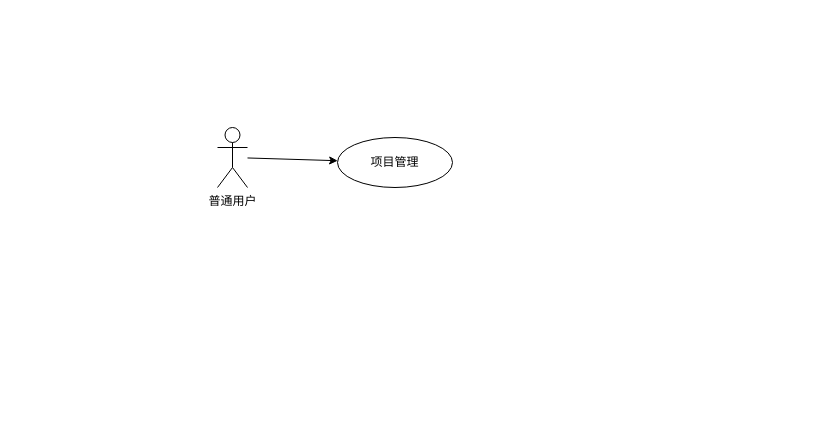
Before: 毕设uml/普通用户用例图.drawio in bigflyelephant/uml_set, a draw.io diagram. Source tidied: cells renumbered, new cells numbered last; positions are measured from the earlier drawing's top-left corner, leaving out a move shared by most shapes. Both pictures are drawn from the tidied source at 100%, with x=0, y=0 at pixel (217, 127).
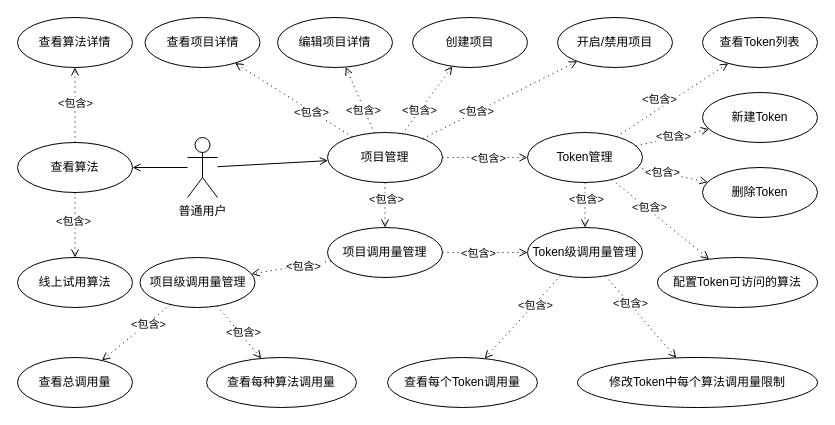
The same diagram, later.

Commit message (it also covers changes not shown here):
更新普通用户用例图.drawio

What changed in the source:
```diff
@@
-    <mxCell id="2" style="rounded=0;jettySize=auto;html=1;" parent="1" edge="1" source="3" target="4">
+    <mxCell id="2" style="rounded=0;jettySize=auto;html=1;endArrow=open;endFill=0;" parent="1" edge="1" source="3" target="4">
       <mxGeometry relative="1" as="geometry" />
     </mxCell>
     <mxCell id="3" value="普通用户" style="shape=umlActor;verticalLabelPosition=bottom;verticalAlign=top;html=1;outlineConnect=0;" parent="1" vertex="1">
-      <mxGeometry width="30" height="60" as="geometry" />
+      <mxGeometry x="-30" y="10" width="30" height="60" as="geometry" />
     </mxCell>
+    <mxCell id="5" style="rounded=0;jettySize=auto;html=1;dashed=1;dashPattern=1 4;endArrow=open;endFill=0;" parent="1" edge="1" source="4" target="7">
+      <mxGeometry relative="1" as="geometry" />
+    </mxCell>
+    <mxCell id="6" value="&amp;lt;包含&amp;gt;" style="edgeLabel;html=1;align=center;verticalAlign=middle;" parent="5" vertex="1">
+      <mxGeometry x="-0.31" y="1" relative="1" as="geometry">
+        <mxPoint x="16" y="1" as="offset" />
+      </mxGeometry>
+    </mxCell>
     <mxCell id="4" value="&lt;p style=&quot;line-height: 100%;&quot;&gt;项目管理&lt;/p&gt;" style="ellipse;whiteSpace=wrap;html=1;verticalAlign=top;" parent="1" vertex="1">
-      <mxGeometry x="120" y="10" width="115" height="50" as="geometry" />
+      <mxGeometry x="110" y="5" width="115" height="50" as="geometry" />
     </mxCell>
+    <mxCell id="7" value="&lt;p style=&quot;line-height: 100%;&quot;&gt;Token管理&lt;/p&gt;" style="ellipse;whiteSpace=wrap;html=1;verticalAlign=top;" parent="1" vertex="1">
+      <mxGeometry x="310" y="5" width="115" height="50" as="geometry" />
+    </mxCell>
+    <mxCell id="8" style="rounded=0;jettySize=auto;html=1;dashed=1;dashPattern=1 4;endArrow=open;endFill=0;" parent="1" edge="1" source="4" target="10">
+      <mxGeometry relative="1" as="geometry" />
+    </mxCell>
+    <mxCell id="9" value="&amp;lt;包含&amp;gt;" style="edgeLabel;html=1;align=center;verticalAlign=middle;" parent="8" vertex="1">
+      <mxGeometry x="-0.31" y="1" relative="1" as="geometry" />
+    </mxCell>
+    <mxCell id="10" value="&lt;p style=&quot;line-height: 100%;&quot;&gt;查看项目详情&lt;/p&gt;" style="ellipse;whiteSpace=wrap;html=1;verticalAlign=top;" parent="1" vertex="1">
+      <mxGeometry x="-72.5" y="-110" width="115" height="50" as="geometry" />
+    </mxCell>
+    <mxCell id="11" style="rounded=0;jettySize=auto;html=1;dashed=1;dashPattern=1 4;endArrow=open;endFill=0;" parent="1" edge="1" source="4" target="13">
+      <mxGeometry relative="1" as="geometry" />
+    </mxCell>
+    <mxCell id="12" value="&amp;lt;包含&amp;gt;" style="edgeLabel;html=1;align=center;verticalAlign=middle;" parent="11" vertex="1">
+      <mxGeometry x="-0.31" y="1" relative="1" as="geometry" />
+    </mxCell>
+    <mxCell id="13" value="&lt;p style=&quot;line-height: 100%;&quot;&gt;项目调用量管理&lt;/p&gt;" style="ellipse;whiteSpace=wrap;html=1;verticalAlign=top;" parent="1" vertex="1">
+      <mxGeometry x="110" y="100" width="115" height="50" as="geometry" />
+    </mxCell>
+    <mxCell id="14" style="rounded=0;jettySize=auto;html=1;dashed=1;dashPattern=1 4;endArrow=open;endFill=0;" parent="1" edge="1" source="13" target="16">
+      <mxGeometry relative="1" as="geometry" />
+    </mxCell>
+    <mxCell id="15" value="&amp;lt;包含&amp;gt;" style="edgeLabel;html=1;align=center;verticalAlign=middle;" parent="14" vertex="1">
+      <mxGeometry x="-0.31" y="1" relative="1" as="geometry" />
+    </mxCell>
+    <mxCell id="16" value="&lt;p style=&quot;line-height: 100%;&quot;&gt;项目级调用量管理&lt;/p&gt;" style="ellipse;whiteSpace=wrap;html=1;verticalAlign=top;" parent="1" vertex="1">
+      <mxGeometry x="-77.5" y="130" width="115" height="50" as="geometry" />
+    </mxCell>
+    <mxCell id="17" style="rounded=0;jettySize=auto;html=1;dashed=1;dashPattern=1 4;endArrow=open;endFill=0;" parent="1" edge="1" source="13" target="19">
+      <mxGeometry relative="1" as="geometry" />
+    </mxCell>
+    <mxCell id="18" value="&amp;lt;包含&amp;gt;" style="edgeLabel;html=1;align=center;verticalAlign=middle;" parent="17" vertex="1">
+      <mxGeometry x="-0.31" y="1" relative="1" as="geometry">
+        <mxPoint x="6" y="1" as="offset" />
+      </mxGeometry>
+    </mxCell>
+    <mxCell id="19" value="&lt;p style=&quot;line-height: 100%;&quot;&gt;Token级调用量管理&lt;/p&gt;" style="ellipse;whiteSpace=wrap;html=1;verticalAlign=top;" parent="1" vertex="1">
+      <mxGeometry x="310" y="100" width="115" height="50" as="geometry" />
+    </mxCell>
+    <mxCell id="20" style="rounded=0;jettySize=auto;html=1;dashed=1;dashPattern=1 4;endArrow=open;endFill=0;" parent="1" edge="1" source="4" target="22">
+      <mxGeometry relative="1" as="geometry" />
+    </mxCell>
+    <mxCell id="21" value="&amp;lt;包含&amp;gt;" style="edgeLabel;html=1;align=center;verticalAlign=middle;" parent="20" vertex="1">
+      <mxGeometry x="-0.31" y="1" relative="1" as="geometry" />
+    </mxCell>
+    <mxCell id="22" value="&lt;p style=&quot;line-height: 100%;&quot;&gt;编辑项目详情&lt;/p&gt;" style="ellipse;whiteSpace=wrap;html=1;verticalAlign=top;" parent="1" vertex="1">
+      <mxGeometry x="60" y="-110" width="115" height="50" as="geometry" />
+    </mxCell>
+    <mxCell id="23" style="rounded=0;jettySize=auto;html=1;dashed=1;dashPattern=1 4;endArrow=open;endFill=0;" parent="1" edge="1" source="4" target="25">
+      <mxGeometry relative="1" as="geometry" />
+    </mxCell>
+    <mxCell id="24" value="&amp;lt;包含&amp;gt;" style="edgeLabel;html=1;align=center;verticalAlign=middle;" parent="23" vertex="1">
+      <mxGeometry x="-0.31" y="1" relative="1" as="geometry" />
+    </mxCell>
+    <mxCell id="25" value="&lt;p style=&quot;line-height: 100%;&quot;&gt;创建项目&lt;/p&gt;" style="ellipse;whiteSpace=wrap;html=1;verticalAlign=top;" parent="1" vertex="1">
+      <mxGeometry x="195" y="-110" width="115" height="50" as="geometry" />
+    </mxCell>
+    <mxCell id="26" style="rounded=0;jettySize=auto;html=1;dashed=1;dashPattern=1 4;endArrow=open;endFill=0;" parent="1" edge="1" source="4" target="28">
+      <mxGeometry relative="1" as="geometry" />
+    </mxCell>
+    <mxCell id="27" value="&amp;lt;包含&amp;gt;" style="edgeLabel;html=1;align=center;verticalAlign=middle;" parent="26" vertex="1">
+      <mxGeometry x="-0.31" y="1" relative="1" as="geometry" />
+    </mxCell>
+    <mxCell id="28" value="&lt;p style=&quot;line-height: 100%;&quot;&gt;开启/禁用项目&lt;/p&gt;" style="ellipse;whiteSpace=wrap;html=1;verticalAlign=top;" parent="1" vertex="1">
+      <mxGeometry x="340" y="-110" width="115" height="50" as="geometry" />
+    </mxCell>
+    <mxCell id="29" style="rounded=0;jettySize=auto;html=1;dashed=1;dashPattern=1 4;endArrow=open;endFill=0;" parent="1" edge="1" source="7" target="19">
+      <mxGeometry relative="1" as="geometry" />
+    </mxCell>
+    <mxCell id="30" value="&amp;lt;包含&amp;gt;" style="edgeLabel;html=1;align=center;verticalAlign=middle;" parent="29" vertex="1">
+      <mxGeometry x="-0.31" y="1" relative="1" as="geometry" />
+    </mxCell>
+    <mxCell id="31" style="rounded=0;jettySize=auto;html=1;dashed=1;dashPattern=1 4;endArrow=open;endFill=0;" parent="1" edge="1" source="16" target="33">
+      <mxGeometry relative="1" as="geometry" />
+    </mxCell>
+    <mxCell id="32" value="&amp;lt;包含&amp;gt;" style="edgeLabel;html=1;align=center;verticalAlign=middle;" parent="31" vertex="1">
+      <mxGeometry x="-0.31" y="1" relative="1" as="geometry" />
+    </mxCell>
+    <mxCell id="33" value="&lt;p style=&quot;line-height: 100%;&quot;&gt;查看总调用量&lt;/p&gt;" style="ellipse;whiteSpace=wrap;html=1;verticalAlign=top;" parent="1" vertex="1">
+      <mxGeometry x="-200" y="230" width="115" height="50" as="geometry" />
+    </mxCell>
+    <mxCell id="34" style="rounded=0;jettySize=auto;html=1;dashed=1;dashPattern=1 4;endArrow=open;endFill=0;" parent="1" edge="1" source="16" target="36">
+      <mxGeometry relative="1" as="geometry" />
+    </mxCell>
+    <mxCell id="35" value="&amp;lt;包含&amp;gt;" style="edgeLabel;html=1;align=center;verticalAlign=middle;" parent="34" vertex="1">
+      <mxGeometry x="-0.31" y="1" relative="1" as="geometry">
+        <mxPoint x="10" y="8" as="offset" />
+      </mxGeometry>
+    </mxCell>
+    <mxCell id="36" value="&lt;p style=&quot;line-height: 100%;&quot;&gt;查看每种算法调用量&lt;/p&gt;" style="ellipse;whiteSpace=wrap;html=1;verticalAlign=top;" parent="1" vertex="1">
+      <mxGeometry x="-11" y="230" width="150" height="50" as="geometry" />
+    </mxCell>
+    <mxCell id="37" style="rounded=0;jettySize=auto;html=1;dashed=1;dashPattern=1 4;exitX=0.287;exitY=0.966;exitDx=0;exitDy=0;exitPerimeter=0;endArrow=open;endFill=0;" parent="1" edge="1" source="19" target="39">
+      <mxGeometry relative="1" as="geometry" />
+    </mxCell>
+    <mxCell id="38" value="&amp;lt;包含&amp;gt;" style="edgeLabel;html=1;align=center;verticalAlign=middle;" parent="37" vertex="1">
+      <mxGeometry x="-0.31" y="1" relative="1" as="geometry" />
+    </mxCell>
+    <mxCell id="39" value="&lt;p style=&quot;line-height: 100%;&quot;&gt;查看每个Token调用量&lt;br&gt;&lt;/p&gt;" style="ellipse;whiteSpace=wrap;html=1;verticalAlign=top;" parent="1" vertex="1">
+      <mxGeometry x="170" y="230" width="150" height="50" as="geometry" />
+    </mxCell>
+    <mxCell id="40" style="rounded=0;jettySize=auto;html=1;dashed=1;dashPattern=1 4;endArrow=open;endFill=0;" parent="1" edge="1" source="19" target="42">
+      <mxGeometry relative="1" as="geometry" />
+    </mxCell>
+    <mxCell id="41" value="&amp;lt;包含&amp;gt;" style="edgeLabel;html=1;align=center;verticalAlign=middle;" parent="40" vertex="1">
+      <mxGeometry x="-0.31" y="1" relative="1" as="geometry" />
+    </mxCell>
+    <mxCell id="42" value="&lt;p style=&quot;line-height: 100%;&quot;&gt;修改Token中每个算法调用量限制&lt;/p&gt;" style="ellipse;whiteSpace=wrap;html=1;verticalAlign=top;" parent="1" vertex="1">
+      <mxGeometry x="360" y="230" width="240" height="50" as="geometry" />
+    </mxCell>
+    <mxCell id="43" style="rounded=0;jettySize=auto;html=1;dashed=1;dashPattern=1 4;endArrow=open;endFill=0;" parent="1" edge="1" source="7" target="45">
+      <mxGeometry relative="1" as="geometry" />
+    </mxCell>
+    <mxCell id="44" value="&amp;lt;包含&amp;gt;" style="edgeLabel;html=1;align=center;verticalAlign=middle;" parent="43" vertex="1">
+      <mxGeometry x="-0.31" y="1" relative="1" as="geometry">
+        <mxPoint x="3" y="1" as="offset" />
+      </mxGeometry>
+    </mxCell>
+    <mxCell id="45" value="&lt;p style=&quot;line-height: 100%;&quot;&gt;配置Token可访问的算法&lt;/p&gt;" style="ellipse;whiteSpace=wrap;html=1;verticalAlign=top;" parent="1" vertex="1">
+      <mxGeometry x="440" y="130" width="160" height="50" as="geometry" />
+    </mxCell>
+    <mxCell id="46" style="rounded=0;jettySize=auto;html=1;dashed=1;dashPattern=1 4;endArrow=open;endFill=0;" parent="1" edge="1" source="7" target="48">
+      <mxGeometry relative="1" as="geometry" />
+    </mxCell>
+    <mxCell id="47" value="&amp;lt;包含&amp;gt;" style="edgeLabel;html=1;align=center;verticalAlign=middle;" parent="46" vertex="1">
+      <mxGeometry x="-0.31" y="1" relative="1" as="geometry">
+        <mxPoint x="4" y="-12" as="offset" />
+      </mxGeometry>
+    </mxCell>
+    <mxCell id="48" value="&lt;p style=&quot;line-height: 100%;&quot;&gt;查看Token列表&lt;/p&gt;" style="ellipse;whiteSpace=wrap;html=1;verticalAlign=top;" parent="1" vertex="1">
+      <mxGeometry x="485" y="-110" width="115" height="50" as="geometry" />
+    </mxCell>
+    <mxCell id="49" style="rounded=0;jettySize=auto;html=1;dashed=1;dashPattern=1 4;endArrow=open;endFill=0;" parent="1" edge="1" source="7" target="51">
+      <mxGeometry relative="1" as="geometry" />
+    </mxCell>
+    <mxCell id="50" value="&amp;lt;包含&amp;gt;" style="edgeLabel;html=1;align=center;verticalAlign=middle;" parent="49" vertex="1">
+      <mxGeometry x="-0.31" y="1" relative="1" as="geometry">
+        <mxPoint x="12" y="-3" as="offset" />
+      </mxGeometry>
+    </mxCell>
+    <mxCell id="51" value="&lt;p style=&quot;line-height: 100%;&quot;&gt;新建Token&lt;/p&gt;" style="ellipse;whiteSpace=wrap;html=1;verticalAlign=top;" parent="1" vertex="1">
+      <mxGeometry x="485" y="-35" width="115" height="50" as="geometry" />
+    </mxCell>
+    <mxCell id="52" style="rounded=0;jettySize=auto;html=1;dashed=1;dashPattern=1 4;endArrow=open;endFill=0;" parent="1" edge="1" source="7" target="54">
+      <mxGeometry relative="1" as="geometry" />
+    </mxCell>
+    <mxCell id="53" value="&amp;lt;包含&amp;gt;" style="edgeLabel;html=1;align=center;verticalAlign=middle;" parent="52" vertex="1">
+      <mxGeometry x="-0.31" y="1" relative="1" as="geometry" />
+    </mxCell>
+    <mxCell id="54" value="&lt;p style=&quot;line-height: 100%;&quot;&gt;删除Token&lt;/p&gt;" style="ellipse;whiteSpace=wrap;html=1;verticalAlign=top;" parent="1" vertex="1">
+      <mxGeometry x="485" y="40" width="115" height="50" as="geometry" />
+    </mxCell>
+    <mxCell id="55" style="rounded=0;jettySize=auto;html=1;endArrow=open;endFill=0;" parent="1" edge="1" source="3" target="56">
+      <mxGeometry relative="1" as="geometry" />
+    </mxCell>
+    <mxCell id="56" value="&lt;p style=&quot;line-height: 100%;&quot;&gt;查看算法&lt;/p&gt;" style="ellipse;whiteSpace=wrap;html=1;verticalAlign=top;" parent="1" vertex="1">
+      <mxGeometry x="-200" y="15" width="115" height="50" as="geometry" />
+    </mxCell>
+    <mxCell id="57" style="rounded=0;jettySize=auto;html=1;dashed=1;dashPattern=1 4;endArrow=open;endFill=0;" parent="1" edge="1" source="56" target="59">
+      <mxGeometry relative="1" as="geometry" />
+    </mxCell>
+    <mxCell id="58" value="&amp;lt;包含&amp;gt;" style="edgeLabel;html=1;align=center;verticalAlign=middle;" parent="57" vertex="1">
+      <mxGeometry x="-0.31" y="1" relative="1" as="geometry">
+        <mxPoint x="-3" y="6" as="offset" />
+      </mxGeometry>
+    </mxCell>
+    <mxCell id="59" value="&lt;p style=&quot;line-height: 100%;&quot;&gt;线上试用算法&lt;/p&gt;" style="ellipse;whiteSpace=wrap;html=1;verticalAlign=top;" parent="1" vertex="1">
+      <mxGeometry x="-200" y="130" width="115" height="50" as="geometry" />
+    </mxCell>
+    <mxCell id="60" style="rounded=0;jettySize=auto;html=1;dashed=1;dashPattern=1 4;endArrow=open;endFill=0;" parent="1" edge="1" source="56" target="62">
+      <mxGeometry relative="1" as="geometry" />
+    </mxCell>
+    <mxCell id="61" value="&amp;lt;包含&amp;gt;" style="edgeLabel;html=1;align=center;verticalAlign=middle;" parent="60" vertex="1">
+      <mxGeometry x="-0.31" y="1" relative="1" as="geometry">
+        <mxPoint x="1" y="-14" as="offset" />
+      </mxGeometry>
+    </mxCell>
+    <mxCell id="62" value="&lt;p style=&quot;line-height: 100%;&quot;&gt;查看算法详情&lt;/p&gt;" style="ellipse;whiteSpace=wrap;html=1;verticalAlign=top;" parent="1" vertex="1">
+      <mxGeometry x="-200" y="-110" width="115" height="50" as="geometry" />
+    </mxCell>
```
